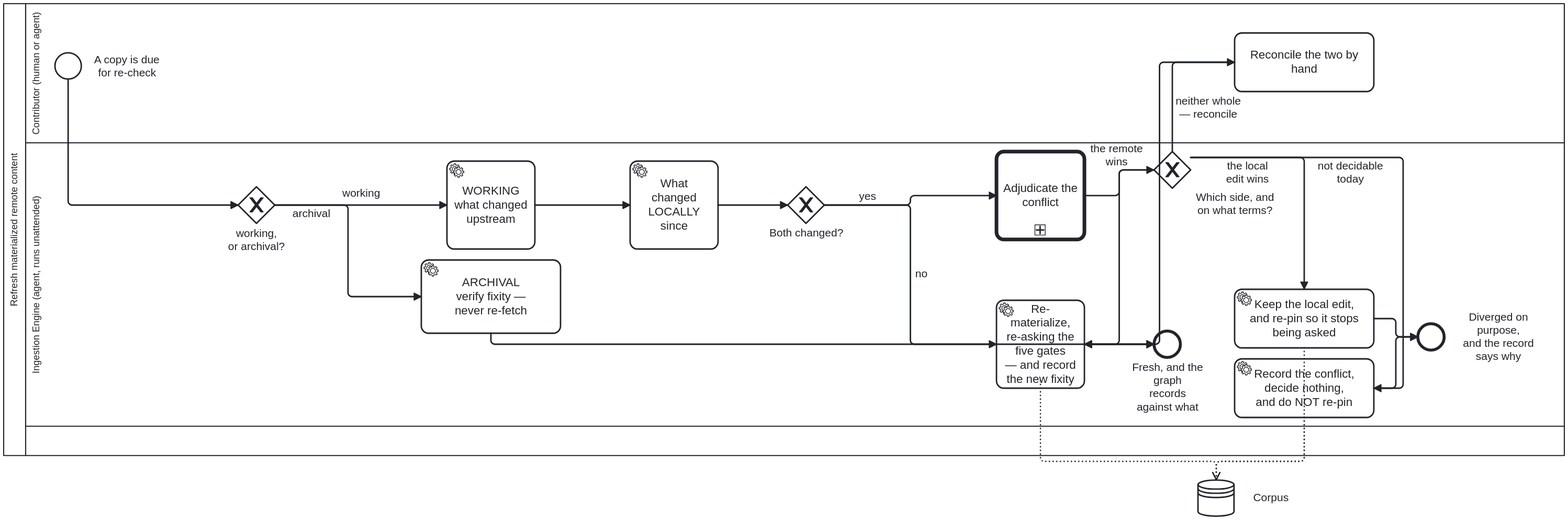
Above: docs/assets/img/workflows/refresh-materialized.svg in litlfred/cat-harness (BPMN), before the change. Its source is kept beside it as processes/library/refresh-materialized.bpmn. Ids are renumbered.
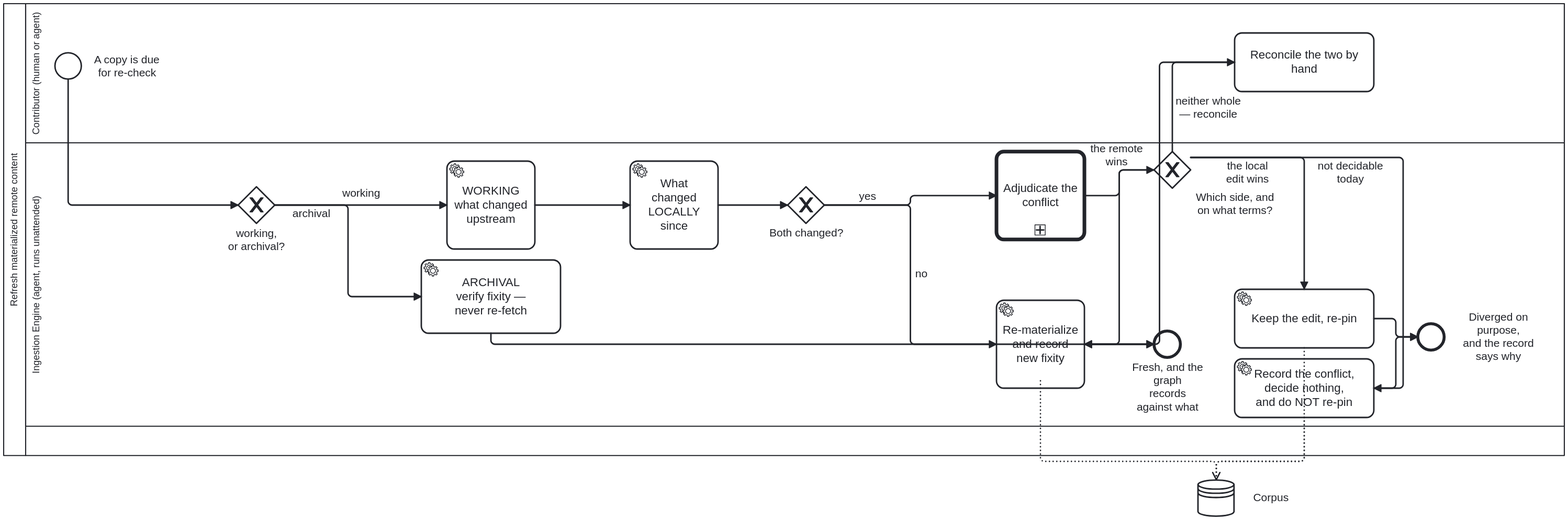
Later version of the same file.

What changed in the source:
```diff
@@ -134,8 +134,7 @@
       <bpmn:incoming>Flow_Merge</bpmn:incoming>
       <bpmn:outgoing>Flow_Reconciled</bpmn:outgoing>
     </bpmn:task>
-    <bpmn:serviceTask id="Task_Apply" name="Re-materialize, re-asking the five gates
-— and record the new fixity">
+    <bpmn:serviceTask id="Task_Apply" name="Re-materialize and record new fixity">
       <bpmn:documentation>The gates are re-asked, not inherited: a licence can change, and a collection can grow past the size a caller agreed to.
 
 AND THE NEW FIXITY IS RECORDED IN THE SAME CHANGE. This step rewrites bytes that a materialization record describes, so leaving the old digest behind would make a CORRECT run of this process fail check:materialized-fixity as a mismatch — the gate reading "somebody edited held content without saying so" about the one process whose job is to replace it. Measured 2026-09-22 (bean 10s1): this task named no fixity write at all.
@@ -153,8 +152,7 @@
         <bpmn:targetRef>DSR_corpus</bpmn:targetRef>
       </bpmn:dataOutputAssociation>
     </bpmn:serviceTask>
-    <bpmn:serviceTask id="Task_KeepLocal" name="Keep the local edit,
-and re-pin so it stops being asked">
+    <bpmn:serviceTask id="Task_KeepLocal" name="Keep the edit, re-pin">
       <bpmn:documentation>The local edit wins, so nothing is re-materialized — and the pin moves to the upstream revision that was compared against. Re-pinning is the half that is easy to forget and is the reason this is a step rather than an absence: without it the same upstream change is detected as new on every cycle, and a contributor is asked the same settled question for ever. The record says the copy is deliberately divergent FROM a named revision, which is a different claim from being stale against an unknown one.</bpmn:documentation>
       <bpmn:extensionElements>
         <bootstrap.processes:skill ref="materialize-remote" />
```
